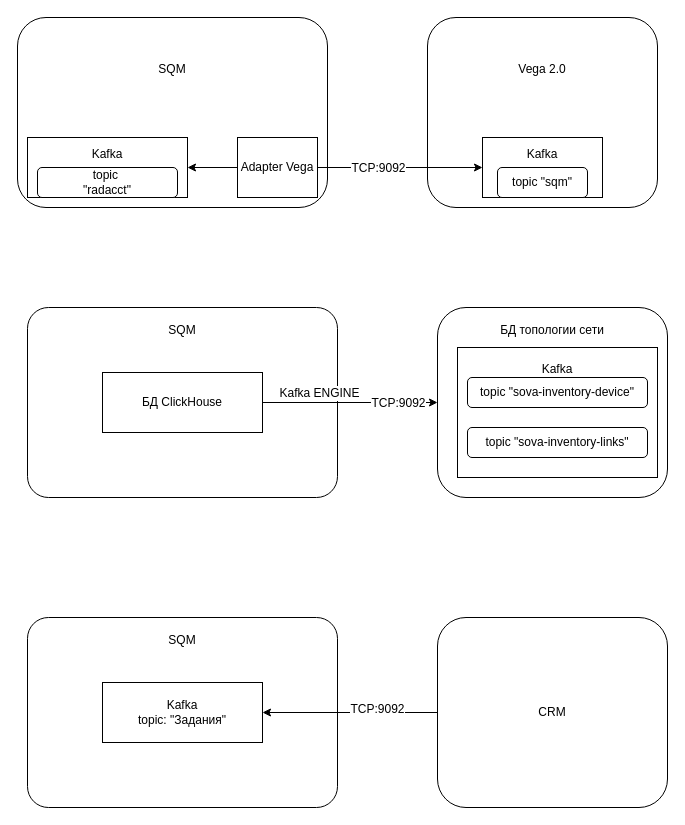
qqmax7/test keeps this draw.io diagram as vega.drawio. Above is the earlier version. Source tidied: cells renumbered, new cells numbered last; positions are measured from the earlier drawing's top-left corner, leaving out a move shared by most shapes. Both pictures are drawn from the tidied source at 100%, with x=0, y=0 at pixel (17, 17).
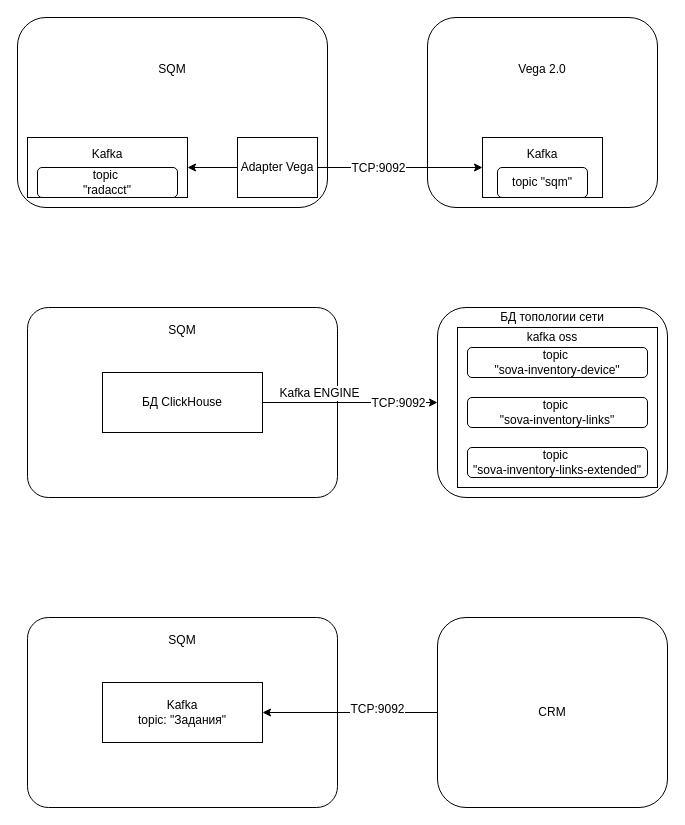
The same page after the edit.

What changed in the source:
```diff
@@
-    <mxCell id="12" value="&lt;div&gt;БД топологии сети&lt;/div&gt;&lt;div&gt;&lt;br&gt;&lt;/div&gt;&lt;div&gt;&lt;br&gt;&lt;/div&gt;&lt;div&gt;&lt;br&gt;&lt;/div&gt;&lt;div&gt;&lt;br&gt;&lt;/div&gt;&lt;div&gt;&lt;br&gt;&lt;/div&gt;&lt;div&gt;&lt;br&gt;&lt;/div&gt;&lt;div&gt;&lt;br&gt;&lt;/div&gt;&lt;div&gt;&lt;br&gt;&lt;/div&gt;&lt;div&gt;&lt;br&gt;&lt;/div&gt;&lt;div&gt;&lt;br&gt;&lt;/div&gt;" style="rounded=1;whiteSpace=wrap;html=1;align=top;" parent="1" vertex="1">
+    <mxCell id="12" style="rounded=1;whiteSpace=wrap;html=1;align=top;" parent="1" vertex="1">
       <mxGeometry x="420" y="290" width="230" height="190" as="geometry" />
     </mxCell>
-    <mxCell id="13" value="&lt;div&gt;Kafka&lt;/div&gt;&lt;div&gt;&lt;br&gt;&lt;/div&gt;&lt;div&gt;&lt;br&gt;&lt;/div&gt;&lt;div&gt;&lt;br&gt;&lt;/div&gt;&lt;div&gt;&lt;br&gt;&lt;/div&gt;&lt;div&gt;&lt;br&gt;&lt;/div&gt;&lt;div&gt;&lt;br&gt;&lt;/div&gt;" style="rounded=0;whiteSpace=wrap;html=1;align=center;shadow=0;imageVerticalAlign=top;imageAspect=0;imageAlign=center;overflow=visible;" parent="1" vertex="1">
-      <mxGeometry x="440" y="330" width="200" height="130" as="geometry" />
+    <mxCell id="13" style="rounded=0;whiteSpace=wrap;html=1;align=center;shadow=0;imageVerticalAlign=top;imageAspect=0;imageAlign=center;overflow=visible;" parent="1" vertex="1">
+      <mxGeometry x="440" y="310" width="200" height="160" as="geometry" />
     </mxCell>
-    <mxCell id="14" value="topic &quot;sova-inventory-device&quot;" style="rounded=1;whiteSpace=wrap;html=1;shadow=0;strokeColor=default;align=center;verticalAlign=middle;fontFamily=Helvetica;fontSize=12;fontColor=default;fillColor=default;" parent="1" vertex="1">
-      <mxGeometry x="450" y="360" width="180" height="30" as="geometry" />
+    <mxCell id="14" value="&lt;div&gt;topic&amp;nbsp;&lt;/div&gt;&lt;div&gt;&quot;sova-inventory-device&quot;&lt;/div&gt;" style="rounded=1;whiteSpace=wrap;html=1;shadow=0;strokeColor=default;align=center;verticalAlign=middle;fontFamily=Helvetica;fontSize=12;fontColor=default;fillColor=default;" parent="1" vertex="1">
+      <mxGeometry x="450" y="330" width="180" height="30" as="geometry" />
     </mxCell>
@@
-    <mxCell id="20" value="topic &quot;sova-inventory-links&quot;" style="rounded=1;whiteSpace=wrap;html=1;shadow=0;strokeColor=default;align=center;verticalAlign=middle;fontFamily=Helvetica;fontSize=12;fontColor=default;fillColor=default;" parent="1" vertex="1">
-      <mxGeometry x="450" y="410" width="180" height="30" as="geometry" />
+    <mxCell id="20" value="&lt;div&gt;topic&amp;nbsp;&lt;/div&gt;&lt;div&gt;&quot;sova-inventory-links&quot;&lt;/div&gt;" style="rounded=1;whiteSpace=wrap;html=1;shadow=0;strokeColor=default;align=center;verticalAlign=middle;fontFamily=Helvetica;fontSize=12;fontColor=default;fillColor=default;" parent="1" vertex="1">
+      <mxGeometry x="450" y="380" width="180" height="30" as="geometry" />
     </mxCell>
@@
+    <mxCell id="26" value="БД топологии сети" style="text;html=1;align=center;verticalAlign=middle;whiteSpace=wrap;rounded=0;" parent="1" vertex="1">
+      <mxGeometry x="450" y="290" width="170" height="20" as="geometry" />
+    </mxCell>
+    <mxCell id="27" value="kafka oss" style="text;html=1;align=center;verticalAlign=middle;whiteSpace=wrap;rounded=0;" parent="1" vertex="1">
+      <mxGeometry x="450" y="310" width="170" height="20" as="geometry" />
+    </mxCell>
+    <mxCell id="28" value="&lt;div&gt;topic&amp;nbsp;&lt;/div&gt;&lt;div&gt;&quot;sova-inventory-links-extended&quot;&lt;/div&gt;" style="rounded=1;whiteSpace=wrap;html=1;shadow=0;strokeColor=default;align=center;verticalAlign=middle;fontFamily=Helvetica;fontSize=12;fontColor=default;fillColor=default;" parent="1" vertex="1">
+      <mxGeometry x="450" y="430" width="180" height="30" as="geometry" />
+    </mxCell>
```
